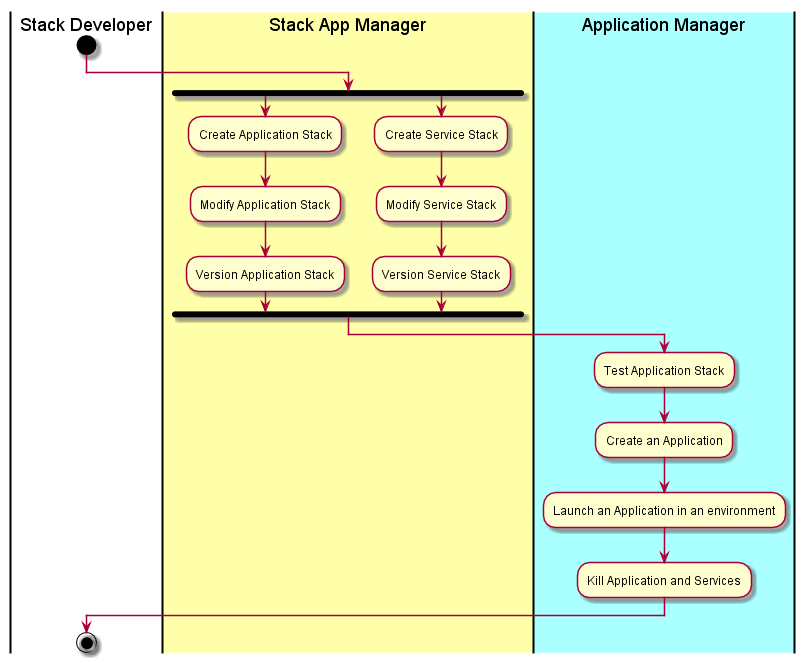
The PlantUML diagram docs/Actors/StackDeveloper/Workflow.png in CAADE/C3, before a commit. Source of this version:
```plantuml
@startuml
|Stack Developer|
start
|#ffffaa|Stack App Manager|
fork
:Create Application Stack;
:Modify Application Stack;
:Version Application Stack;
fork again
:Create Service Stack;
:Modify Service Stack;
:Version Service Stack;
fork end
|#aaffff|Application Manager|
:Test Application Stack;
:Create an Application;
:Launch an Application in an environment;
:Kill Application and Services;
|Stack Developer|
stop
@enduml
```
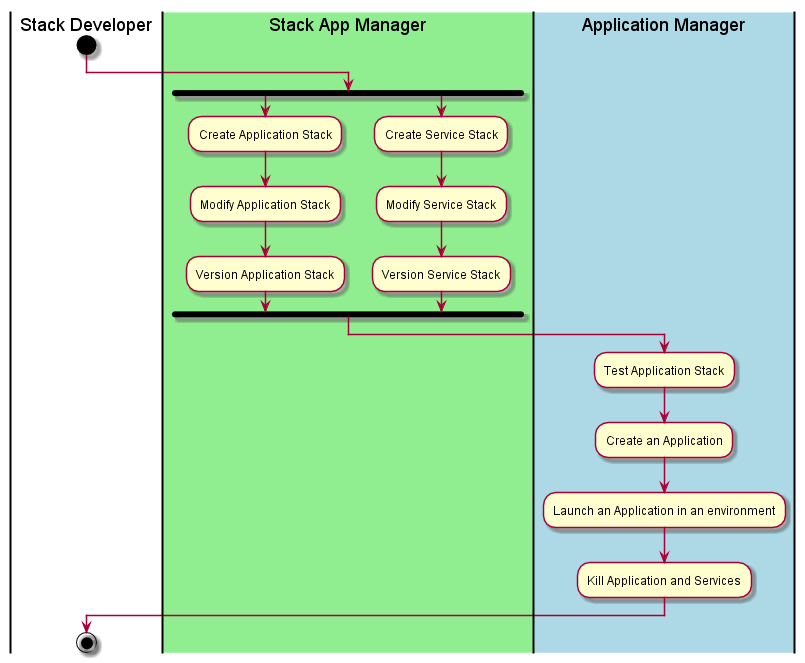
Above is the later version.

What changed in the source:
```diff
@@ -1,7 +1,7 @@
 @startuml
 |Stack Developer|
 start
-|#ffffaa|Stack App Manager|
+|#lightgreen|Stack App Manager|
 fork
 :Create Application Stack;
 :Modify Application Stack;
@@ -11,7 +11,7 @@
 :Modify Service Stack;
 :Version Service Stack;
 fork end
-|#aaffff|Application Manager|
+|#lightblue|Application Manager|
 :Test Application Stack;
 :Create an Application;
 :Launch an Application in an environment;
```
